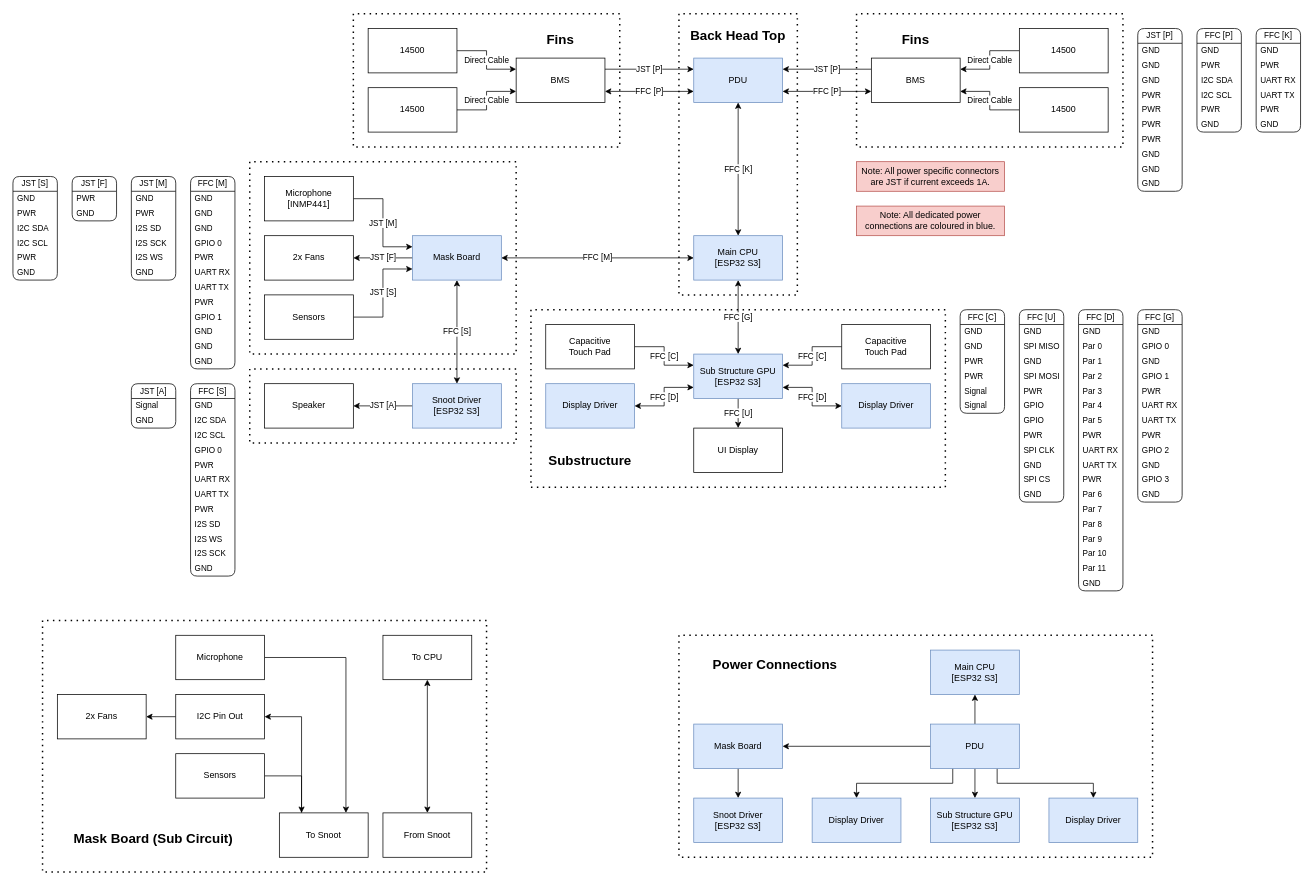
The draw.io diagram page "Connectors & Connections" (2 of 3) of Documents/Electronics.drawio in XCR1793/Synth-Head, before the edit. Source tidied: cells renumbered, new cells numbered last; positions are measured from the earlier drawing's top-left corner, leaving out a move shared by most shapes. Both pictures are drawn from the tidied source at 74%, with x=0, y=0 at pixel (13, 13).
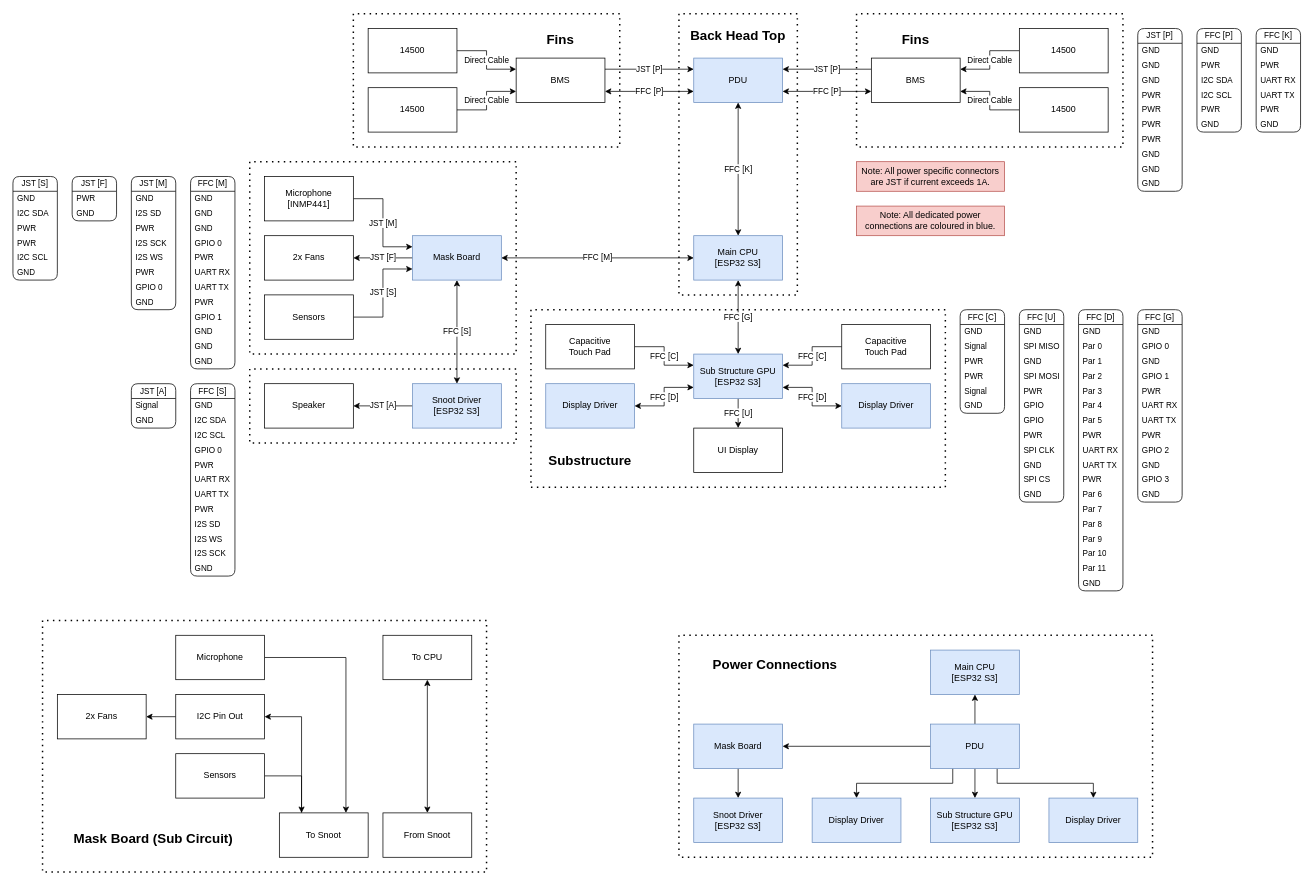
Above is the later version.

The change refers to these unchanged cells:
```xml
<mxCell id="53" value="FFC [C]" style="swimlane;fontStyle=0;horizontal=1;startSize=20;whiteSpace=wrap;html=1;fontFamily=Helvetica;fontSize=11;fontColor=default;labelBackgroundColor=default;rounded=1;" parent="1" vertex="1">
  <mxGeometry x="1280" y="400" width="60" height="140" as="geometry" />
</mxCell>
<mxCell id="158" value="JST [S]" style="swimlane;fontStyle=0;horizontal=1;startSize=20;whiteSpace=wrap;html=1;fontFamily=Helvetica;fontSize=11;fontColor=default;labelBackgroundColor=default;rounded=1;" parent="1" vertex="1">
  <mxGeometry y="220" width="60" height="140" as="geometry" />
</mxCell>
```

Diff of the diagram source:
```diff
@@
-    <mxCell id="55" value="GND" style="text;strokeColor=none;fillColor=none;align=left;verticalAlign=middle;spacingLeft=4;spacingRight=4;overflow=hidden;whiteSpace=wrap;html=1;fontFamily=Helvetica;fontSize=11;fontColor=default;labelBackgroundColor=default;fontStyle=0;" parent="53" vertex="1">
-      <mxGeometry y="40" width="60" height="20" as="geometry" />
-    </mxCell>
+    <mxCell id="59" value="Signal" style="text;strokeColor=none;fillColor=none;align=left;verticalAlign=middle;spacingLeft=4;spacingRight=4;overflow=hidden;whiteSpace=wrap;html=1;fontFamily=Helvetica;fontSize=11;fontColor=default;labelBackgroundColor=default;fontStyle=0;" parent="53" vertex="1">
+      <mxGeometry y="40" width="60" height="20" as="geometry" />
+    </mxCell>
@@
-    <mxCell id="59" value="Signal" style="text;strokeColor=none;fillColor=none;align=left;verticalAlign=middle;spacingLeft=4;spacingRight=4;overflow=hidden;whiteSpace=wrap;html=1;fontFamily=Helvetica;fontSize=11;fontColor=default;labelBackgroundColor=default;fontStyle=0;" parent="53" vertex="1">
-      <mxGeometry y="120" width="60" height="20" as="geometry" />
-    </mxCell>
+    <mxCell id="55" value="GND" style="text;strokeColor=none;fillColor=none;align=left;verticalAlign=middle;spacingLeft=4;spacingRight=4;overflow=hidden;whiteSpace=wrap;html=1;fontFamily=Helvetica;fontSize=11;fontColor=default;labelBackgroundColor=default;fontStyle=0;" parent="53" vertex="1">
+      <mxGeometry y="120" width="60" height="20" as="geometry" />
+    </mxCell>
@@
     <mxCell id="145" value="JST [M]" style="swimlane;fontStyle=0;horizontal=1;startSize=20;whiteSpace=wrap;html=1;fontFamily=Helvetica;fontSize=11;fontColor=default;labelBackgroundColor=default;rounded=1;" parent="1" vertex="1">
-      <mxGeometry x="160" y="220" width="60" height="140" as="geometry" />
+      <mxGeometry x="160" y="220" width="60" height="180" as="geometry" />
     </mxCell>
@@
+    <mxCell id="148" value="I2S SD" style="text;strokeColor=none;fillColor=none;align=left;verticalAlign=middle;spacingLeft=4;spacingRight=4;overflow=hidden;whiteSpace=wrap;html=1;fontFamily=Helvetica;fontSize=11;fontColor=default;labelBackgroundColor=default;fontStyle=0;" parent="145" vertex="1">
+      <mxGeometry y="40" width="60" height="20" as="geometry" />
+    </mxCell>
     <mxCell id="147" value="PWR" style="text;strokeColor=none;fillColor=none;align=left;verticalAlign=middle;spacingLeft=4;spacingRight=4;overflow=hidden;whiteSpace=wrap;html=1;fontFamily=Helvetica;fontSize=11;fontColor=default;labelBackgroundColor=default;fontStyle=0;" parent="145" vertex="1">
-      <mxGeometry y="40" width="60" height="20" as="geometry" />
+      <mxGeometry y="60" width="60" height="20" as="geometry" />
     </mxCell>
-    <mxCell id="148" value="I2S SD" style="text;strokeColor=none;fillColor=none;align=left;verticalAlign=middle;spacingLeft=4;spacingRight=4;overflow=hidden;whiteSpace=wrap;html=1;fontFamily=Helvetica;fontSize=11;fontColor=default;labelBackgroundColor=default;fontStyle=0;" parent="145" vertex="1">
-      <mxGeometry y="60" width="60" height="20" as="geometry" />
-    </mxCell>
@@
+    <mxCell id="207" value="PWR" style="text;strokeColor=none;fillColor=none;align=left;verticalAlign=middle;spacingLeft=4;spacingRight=4;overflow=hidden;whiteSpace=wrap;html=1;fontFamily=Helvetica;fontSize=11;fontColor=default;labelBackgroundColor=default;fontStyle=0;" parent="145" vertex="1">
+      <mxGeometry y="120" width="60" height="20" as="geometry" />
+    </mxCell>
+    <mxCell id="208" value="GPIO 0" style="text;strokeColor=none;fillColor=none;align=left;verticalAlign=middle;spacingLeft=4;spacingRight=4;overflow=hidden;whiteSpace=wrap;html=1;fontFamily=Helvetica;fontSize=11;fontColor=default;labelBackgroundColor=default;fontStyle=0;" parent="145" vertex="1">
+      <mxGeometry y="140" width="60" height="20" as="geometry" />
+    </mxCell>
     <mxCell id="151" value="GND" style="text;strokeColor=none;fillColor=none;align=left;verticalAlign=middle;spacingLeft=4;spacingRight=4;overflow=hidden;whiteSpace=wrap;html=1;fontFamily=Helvetica;fontSize=11;fontColor=default;labelBackgroundColor=default;fontStyle=0;" parent="145" vertex="1">
-      <mxGeometry y="120" width="60" height="20" as="geometry" />
+      <mxGeometry y="160" width="60" height="20" as="geometry" />
     </mxCell>
@@
+    <mxCell id="161" value="I2C SDA" style="text;strokeColor=none;fillColor=none;align=left;verticalAlign=middle;spacingLeft=4;spacingRight=4;overflow=hidden;whiteSpace=wrap;html=1;fontFamily=Helvetica;fontSize=11;fontColor=default;labelBackgroundColor=default;fontStyle=0;" parent="158" vertex="1">
+      <mxGeometry y="40" width="60" height="20" as="geometry" />
+    </mxCell>
     <mxCell id="160" value="PWR" style="text;strokeColor=none;fillColor=none;align=left;verticalAlign=middle;spacingLeft=4;spacingRight=4;overflow=hidden;whiteSpace=wrap;html=1;fontFamily=Helvetica;fontSize=11;fontColor=default;labelBackgroundColor=default;fontStyle=0;" parent="158" vertex="1">
-      <mxGeometry y="40" width="60" height="20" as="geometry" />
+      <mxGeometry y="60" width="60" height="20" as="geometry" />
     </mxCell>
-    <mxCell id="161" value="I2C SDA" style="text;strokeColor=none;fillColor=none;align=left;verticalAlign=middle;spacingLeft=4;spacingRight=4;overflow=hidden;whiteSpace=wrap;html=1;fontFamily=Helvetica;fontSize=11;fontColor=default;labelBackgroundColor=default;fontStyle=0;" parent="158" vertex="1">
-      <mxGeometry y="60" width="60" height="20" as="geometry" />
-    </mxCell>
+    <mxCell id="163" value="PWR" style="text;strokeColor=none;fillColor=none;align=left;verticalAlign=middle;spacingLeft=4;spacingRight=4;overflow=hidden;whiteSpace=wrap;html=1;fontFamily=Helvetica;fontSize=11;fontColor=default;labelBackgroundColor=default;fontStyle=0;" parent="158" vertex="1">
+      <mxGeometry y="80" width="60" height="20" as="geometry" />
+    </mxCell>
     <mxCell id="162" value="I2C SCL" style="text;strokeColor=none;fillColor=none;align=left;verticalAlign=middle;spacingLeft=4;spacingRight=4;overflow=hidden;whiteSpace=wrap;html=1;fontFamily=Helvetica;fontSize=11;fontColor=default;labelBackgroundColor=default;fontStyle=0;" parent="158" vertex="1">
-      <mxGeometry y="80" width="60" height="20" as="geometry" />
+      <mxGeometry y="100" width="60" height="20" as="geometry" />
     </mxCell>
-    <mxCell id="163" value="PWR" style="text;strokeColor=none;fillColor=none;align=left;verticalAlign=middle;spacingLeft=4;spacingRight=4;overflow=hidden;whiteSpace=wrap;html=1;fontFamily=Helvetica;fontSize=11;fontColor=default;labelBackgroundColor=default;fontStyle=0;" parent="158" vertex="1">
-      <mxGeometry y="100" width="60" height="20" as="geometry" />
-    </mxCell>
```
